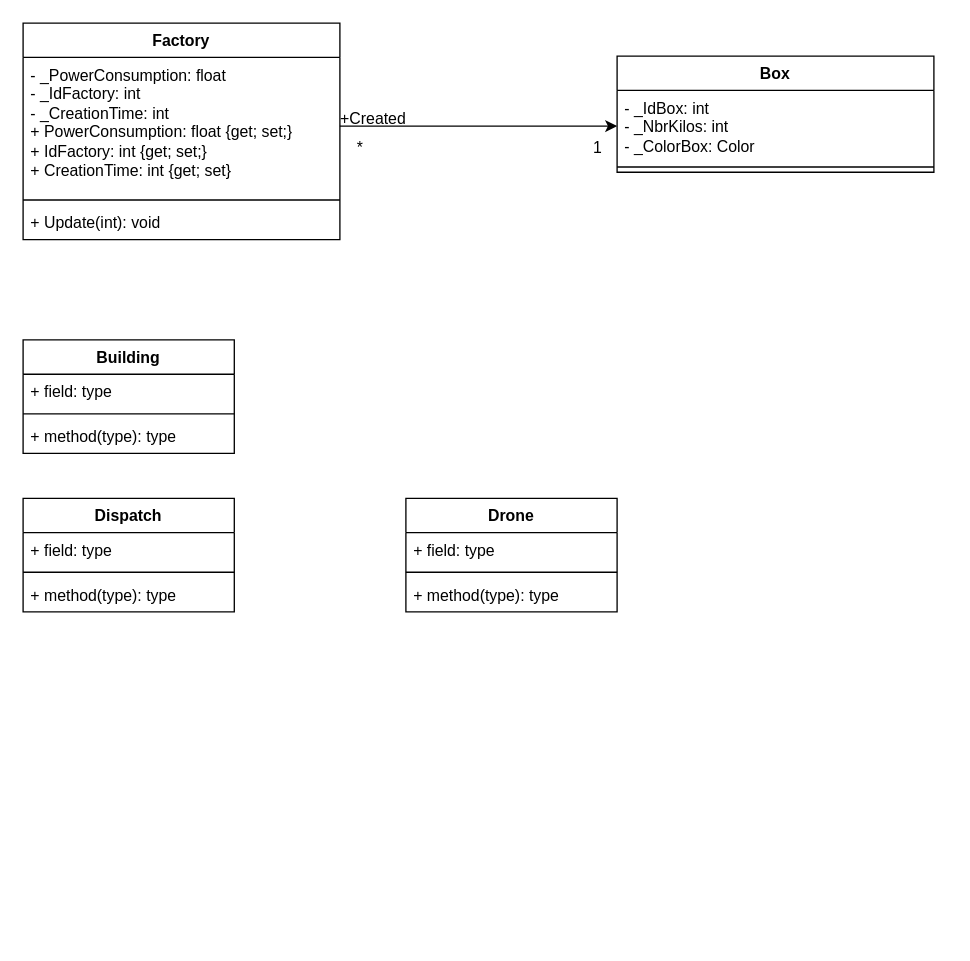
Above: Personnel/Diagramme_de_classe_Drones.drawio in JerryCleuet/320-POO (draw.io), before the change. Source tidied: cells renumbered, new cells numbered last; positions are measured from the earlier drawing's top-left corner, leaving out a move shared by most shapes. Both pictures are drawn from the tidied source at 132%, with x=0, y=0 at pixel (22, 22).
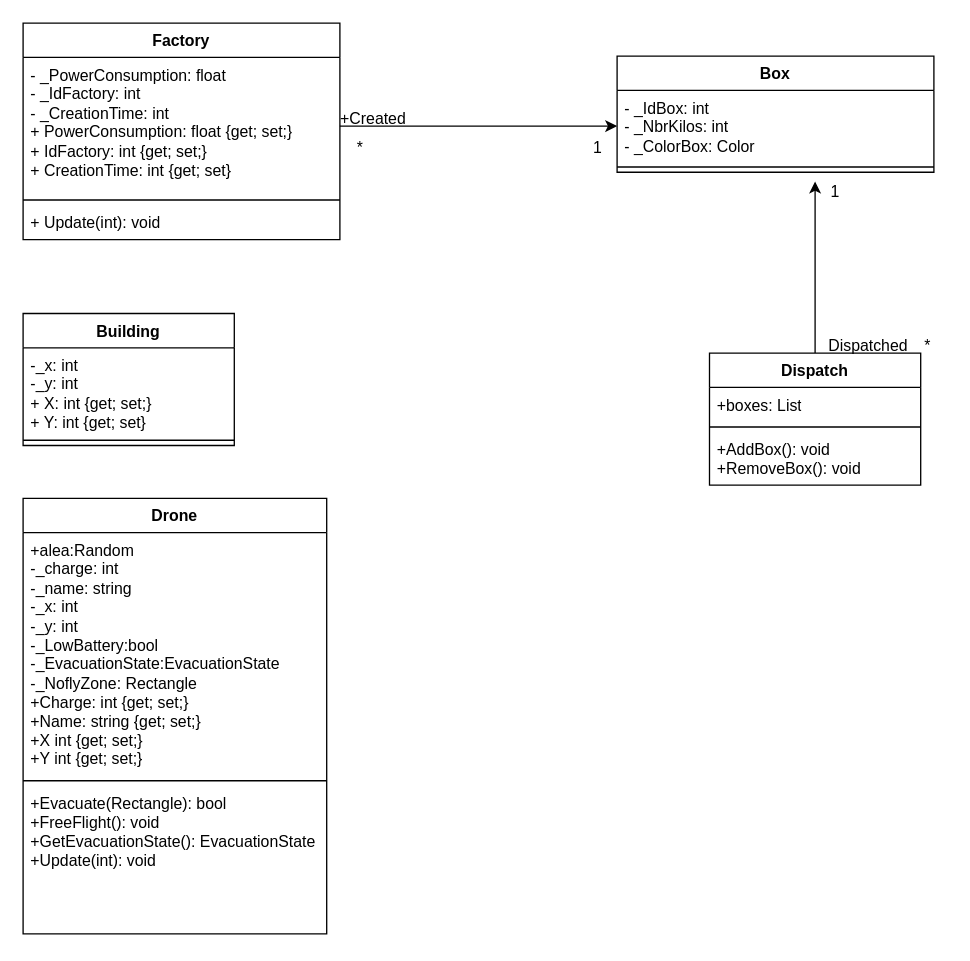
Above is the later version.

Diff of the diagram source:
```diff
@@
     <mxCell id="13" value="Building" style="swimlane;fontStyle=1;align=center;verticalAlign=top;horizontal=1;startSize=26;whiteSpace=wrap;html=1;" parent="1" vertex="1">
-      <mxGeometry y="240" width="160" height="86" as="geometry" />
+      <mxGeometry y="220" width="160" height="100" as="geometry" />
     </mxCell>
-    <mxCell id="14" value="+ field: type" style="text;strokeColor=none;fillColor=none;align=left;verticalAlign=top;spacingLeft=4;spacingRight=4;overflow=hidden;whiteSpace=wrap;html=1;" parent="13" vertex="1">
-      <mxGeometry y="26" width="160" height="26" as="geometry" />
+    <mxCell id="14" value="-_x: int&lt;div&gt;-_y: int&lt;/div&gt;&lt;div&gt;+ X: int {get; set;}&lt;/div&gt;&lt;div&gt;+ Y: int {get; set}&lt;/div&gt;" style="text;strokeColor=none;fillColor=none;align=left;verticalAlign=top;spacingLeft=4;spacingRight=4;overflow=hidden;whiteSpace=wrap;html=1;" parent="13" vertex="1">
+      <mxGeometry y="26" width="160" height="66" as="geometry" />
     </mxCell>
     <mxCell id="15" style="line;strokeWidth=1;fillColor=none;align=left;verticalAlign=middle;spacingTop=-1;spacingLeft=3;spacingRight=3;labelPosition=right;strokeColor=inherit;" parent="13" vertex="1">
-      <mxGeometry y="52" width="160" height="8" as="geometry" />
+      <mxGeometry y="92" width="160" height="8" as="geometry" />
     </mxCell>
-    <mxCell id="16" value="+ method(type): type" style="text;strokeColor=none;fillColor=none;align=left;verticalAlign=top;spacingLeft=4;spacingRight=4;overflow=hidden;whiteSpace=wrap;html=1;" parent="13" vertex="1">
-      <mxGeometry y="60" width="160" height="26" as="geometry" />
-    </mxCell>
+    <mxCell id="25" style="edgeStyle=orthogonalEdgeStyle;rounded=0;jettySize=auto;html=1;" parent="1" edge="1" source="17">
+      <mxGeometry relative="1" as="geometry">
+        <mxPoint x="600" y="120" as="targetPoint" />
+      </mxGeometry>
+    </mxCell>
     <mxCell id="17" value="Dispatch" style="swimlane;fontStyle=1;align=center;verticalAlign=top;horizontal=1;startSize=26;whiteSpace=wrap;html=1;" parent="1" vertex="1">
-      <mxGeometry y="360" width="160" height="86" as="geometry" />
+      <mxGeometry x="520" y="250" width="160" height="100" as="geometry" />
     </mxCell>
-    <mxCell id="18" value="+ field: type" style="text;strokeColor=none;fillColor=none;align=left;verticalAlign=top;spacingLeft=4;spacingRight=4;overflow=hidden;whiteSpace=wrap;html=1;" parent="17" vertex="1">
+    <mxCell id="18" value="+boxes: List" style="text;strokeColor=none;fillColor=none;align=left;verticalAlign=top;spacingLeft=4;spacingRight=4;overflow=hidden;whiteSpace=wrap;html=1;" parent="17" vertex="1">
       <mxGeometry y="26" width="160" height="26" as="geometry" />
     </mxCell>
@@
-    <mxCell id="20" value="+ method(type): type" style="text;strokeColor=none;fillColor=none;align=left;verticalAlign=top;spacingLeft=4;spacingRight=4;overflow=hidden;whiteSpace=wrap;html=1;" parent="17" vertex="1">
-      <mxGeometry y="60" width="160" height="26" as="geometry" />
+    <mxCell id="20" value="+AddBox(): void&lt;div&gt;+RemoveBox(): void&lt;br&gt;&lt;div&gt;&lt;br&gt;&lt;/div&gt;&lt;/div&gt;" style="text;strokeColor=none;fillColor=none;align=left;verticalAlign=top;spacingLeft=4;spacingRight=4;overflow=hidden;whiteSpace=wrap;html=1;" parent="17" vertex="1">
+      <mxGeometry y="60" width="160" height="40" as="geometry" />
     </mxCell>
     <mxCell id="21" value="Drone" style="swimlane;fontStyle=1;align=center;verticalAlign=top;horizontal=1;startSize=26;whiteSpace=wrap;html=1;" parent="1" vertex="1">
-      <mxGeometry x="290" y="360" width="160" height="86" as="geometry" />
+      <mxGeometry y="360" width="230" height="330" as="geometry" />
     </mxCell>
-    <mxCell id="22" value="+ field: type" style="text;strokeColor=none;fillColor=none;align=left;verticalAlign=top;spacingLeft=4;spacingRight=4;overflow=hidden;whiteSpace=wrap;html=1;" parent="21" vertex="1">
-      <mxGeometry y="26" width="160" height="26" as="geometry" />
+    <mxCell id="22" value="+alea:Random&lt;div&gt;-_charge: int&lt;/div&gt;&lt;div&gt;-_name: string&lt;/div&gt;&lt;div&gt;-_x: int&lt;/div&gt;&lt;div&gt;-_y: int&lt;/div&gt;&lt;div&gt;-_LowBattery:bool&lt;/div&gt;&lt;div&gt;-_EvacuationState:EvacuationState&lt;/div&gt;&lt;div&gt;-_NoflyZone: Rectangle&lt;/div&gt;&lt;div&gt;+Charge: int&amp;nbsp;&lt;span style=&quot;background-color: initial;&quot;&gt;{get; set;}&lt;/span&gt;&lt;/div&gt;&lt;div&gt;&lt;span style=&quot;background-color: initial;&quot;&gt;+Name: string&amp;nbsp;&lt;/span&gt;&lt;span style=&quot;background-color: initial;&quot;&gt;{get; set;}&lt;/span&gt;&lt;/div&gt;&lt;div&gt;&lt;span style=&quot;background-color: initial;&quot;&gt;+X int&amp;nbsp;&lt;/span&gt;&lt;span style=&quot;background-color: initial;&quot;&gt;{get; set;}&lt;/span&gt;&lt;/div&gt;&lt;div&gt;&lt;span style=&quot;background-color: initial;&quot;&gt;+Y int&amp;nbsp;&lt;/span&gt;&lt;span style=&quot;background-color: initial;&quot;&gt;{get; set;}&lt;/span&gt;&lt;/div&gt;" style="text;strokeColor=none;fillColor=none;align=left;verticalAlign=top;spacingLeft=4;spacingRight=4;overflow=hidden;whiteSpace=wrap;html=1;" parent="21" vertex="1">
+      <mxGeometry y="26" width="230" height="184" as="geometry" />
     </mxCell>
     <mxCell id="23" style="line;strokeWidth=1;fillColor=none;align=left;verticalAlign=middle;spacingTop=-1;spacingLeft=3;spacingRight=3;labelPosition=right;strokeColor=inherit;" parent="21" vertex="1">
-      <mxGeometry y="52" width="160" height="8" as="geometry" />
+      <mxGeometry y="210" width="230" height="8" as="geometry" />
     </mxCell>
-    <mxCell id="24" value="+ method(type): type" style="text;strokeColor=none;fillColor=none;align=left;verticalAlign=top;spacingLeft=4;spacingRight=4;overflow=hidden;whiteSpace=wrap;html=1;" parent="21" vertex="1">
-      <mxGeometry y="60" width="160" height="26" as="geometry" />
+    <mxCell id="24" value="+Evacuate(Rectangle): bool&lt;div&gt;+FreeFlight(): void&lt;/div&gt;&lt;div&gt;+GetEvacuationState(): EvacuationState&lt;/div&gt;&lt;div&gt;+Update(int): void&lt;/div&gt;" style="text;strokeColor=none;fillColor=none;align=left;verticalAlign=top;spacingLeft=4;spacingRight=4;overflow=hidden;whiteSpace=wrap;html=1;" parent="21" vertex="1">
+      <mxGeometry y="218" width="230" height="112" as="geometry" />
     </mxCell>
+    <mxCell id="26" value="Dispatched" style="text;html=1;align=center;verticalAlign=middle;strokeColor=none;fillColor=none;" parent="1" vertex="1">
+      <mxGeometry x="600" y="230" width="80" height="30" as="geometry" />
+    </mxCell>
+    <mxCell id="27" value="*" style="text;html=1;align=center;verticalAlign=middle;strokeColor=none;fillColor=none;" parent="1" vertex="1">
+      <mxGeometry x="670" y="230" width="30" height="30" as="geometry" />
+    </mxCell>
+    <mxCell id="28" value="1" style="text;html=1;align=center;verticalAlign=middle;strokeColor=none;fillColor=none;" parent="1" vertex="1">
+      <mxGeometry x="600" y="113" width="30" height="30" as="geometry" />
+    </mxCell>
```
